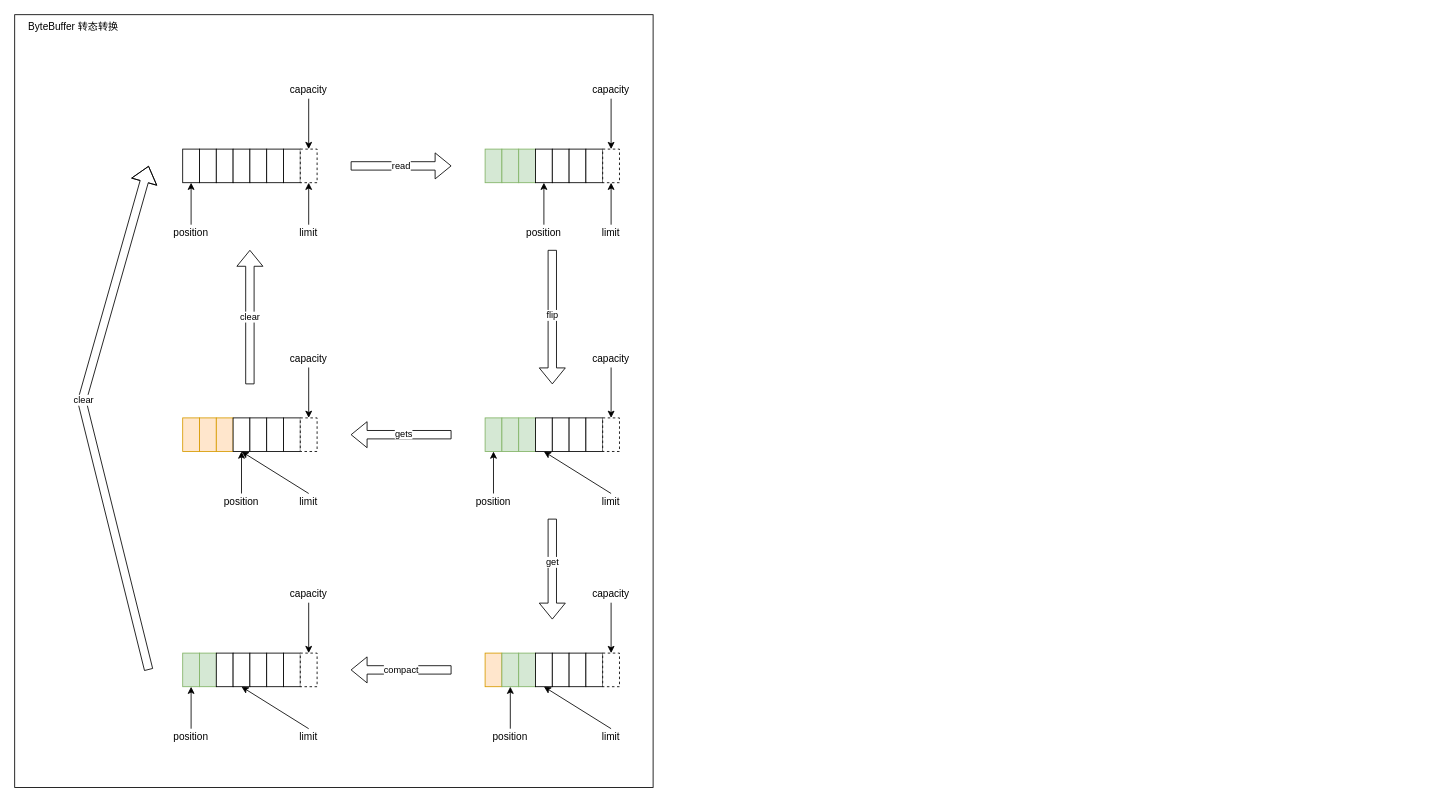
wubinglong9716/NoteBook keeps this draw.io diagram as page "原理" (2 of 2) of Java/Netty.drawio. Above is the earlier version. Source tidied: cells renumbered, new cells numbered last; positions are measured from the earlier drawing's top-left corner, leaving out a move shared by most shapes. Both pictures are drawn from the tidied source at 84%, with x=0, y=0 at pixel (14, 14).
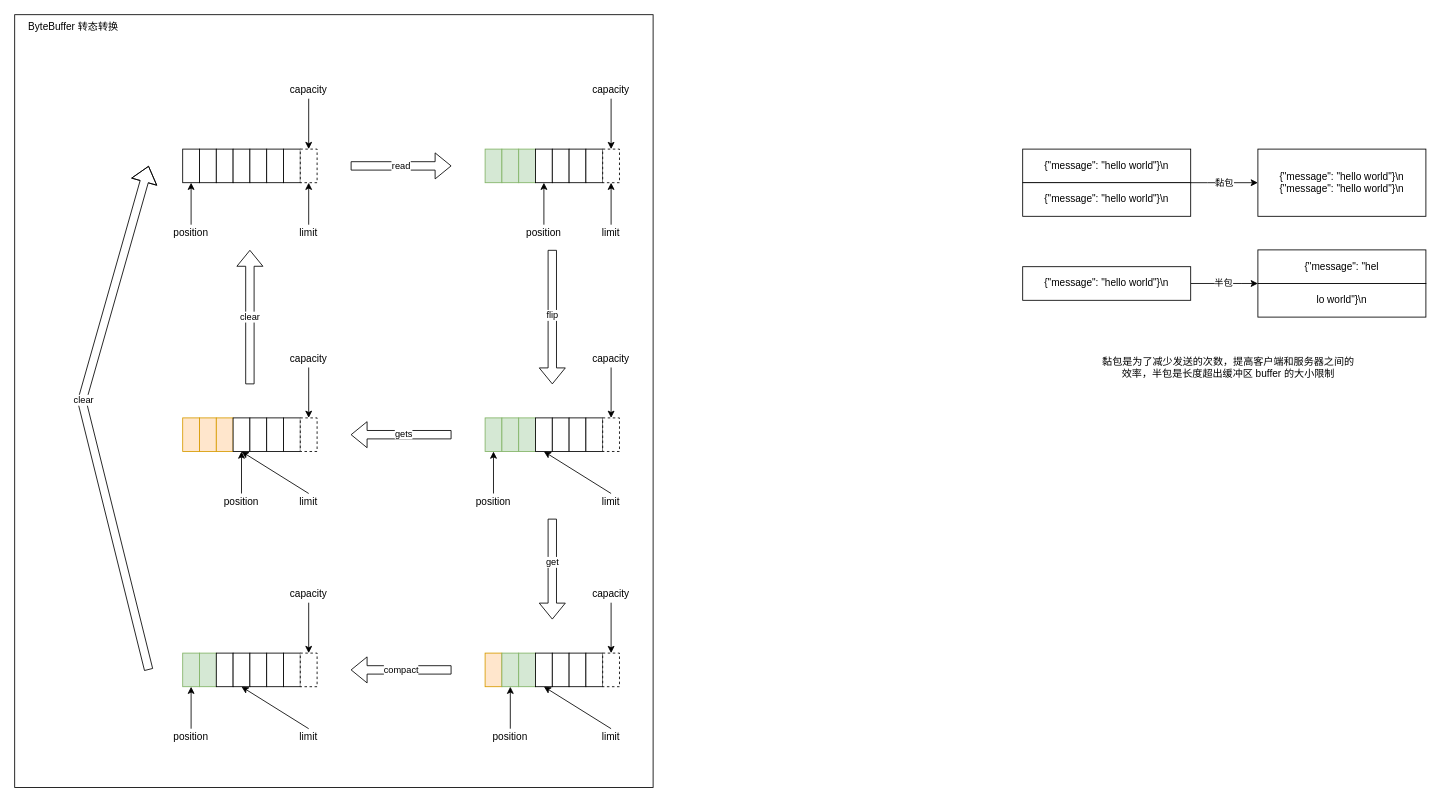
The same page after the edit.

Change to the diagram source:
```diff
@@
+    <mxCell id="108" value="黏包" style="edgeStyle=orthogonalEdgeStyle;rounded=0;jettySize=auto;html=1;exitX=1;exitY=1;exitDx=0;exitDy=0;entryX=0;entryY=0.5;entryDx=0;entryDy=0;" parent="1" edge="1" source="109" target="111">
+      <mxGeometry relative="1" as="geometry">
+        <Array as="points">
+          <mxPoint x="1420" y="200" />
+          <mxPoint x="1420" y="200" />
+        </Array>
+      </mxGeometry>
+    </mxCell>
+    <mxCell id="109" value="{&quot;message&quot;: &quot;hello world&quot;}\n" style="rounded=0;whiteSpace=wrap;html=1;" parent="1" vertex="1">
+      <mxGeometry x="1200" y="160" width="200" height="40" as="geometry" />
+    </mxCell>
+    <mxCell id="110" value="{&quot;message&quot;: &quot;hello world&quot;}\n" style="rounded=0;whiteSpace=wrap;html=1;" parent="1" vertex="1">
+      <mxGeometry x="1200" y="200" width="200" height="40" as="geometry" />
+    </mxCell>
+    <mxCell id="111" value="&lt;span&gt;{&quot;message&quot;: &quot;hello world&quot;}\n&lt;br&gt;&lt;/span&gt;{&quot;message&quot;: &quot;hello world&quot;}\n&lt;span&gt;&lt;br&gt;&lt;/span&gt;" style="rounded=0;whiteSpace=wrap;html=1;" parent="1" vertex="1">
+      <mxGeometry x="1480" y="160" width="200" height="80" as="geometry" />
+    </mxCell>
+    <mxCell id="112" style="edgeStyle=orthogonalEdgeStyle;rounded=0;jettySize=auto;html=1;exitX=1;exitY=0.5;exitDx=0;exitDy=0;entryX=0;entryY=0;entryDx=0;entryDy=0;" parent="1" edge="1" source="114" target="116">
+      <mxGeometry relative="1" as="geometry">
+        <Array as="points">
+          <mxPoint x="1460" y="320" />
+          <mxPoint x="1460" y="320" />
+        </Array>
+      </mxGeometry>
+    </mxCell>
+    <mxCell id="113" value="半包" style="edgeLabel;html=1;align=center;verticalAlign=middle;" parent="112" vertex="1">
+      <mxGeometry x="-0.05" y="1" relative="1" as="geometry" />
+    </mxCell>
+    <mxCell id="114" value="{&quot;message&quot;: &quot;hello world&quot;}\n" style="rounded=0;whiteSpace=wrap;html=1;" parent="1" vertex="1">
+      <mxGeometry x="1200" y="300" width="200" height="40" as="geometry" />
+    </mxCell>
+    <mxCell id="115" value="{&quot;message&quot;: &quot;hel&lt;span&gt;&lt;br&gt;&lt;/span&gt;" style="rounded=0;whiteSpace=wrap;html=1;" parent="1" vertex="1">
+      <mxGeometry x="1480" y="280" width="200" height="40" as="geometry" />
+    </mxCell>
+    <mxCell id="116" value="&lt;span&gt;lo world&quot;}\n&lt;/span&gt;&lt;span&gt;&lt;br&gt;&lt;/span&gt;" style="rounded=0;whiteSpace=wrap;html=1;" parent="1" vertex="1">
+      <mxGeometry x="1480" y="320" width="200" height="40" as="geometry" />
+    </mxCell>
+    <mxCell id="117" value="黏包是为了减少发送的次数，提高客户端和服务器之间的效率，半包是长度超出缓冲区 buffer 的大小限制" style="text;html=1;strokeColor=none;fillColor=none;align=center;verticalAlign=middle;whiteSpace=wrap;rounded=0;" parent="1" vertex="1">
+      <mxGeometry x="1290" y="390" width="310" height="60" as="geometry" />
+    </mxCell>
```
